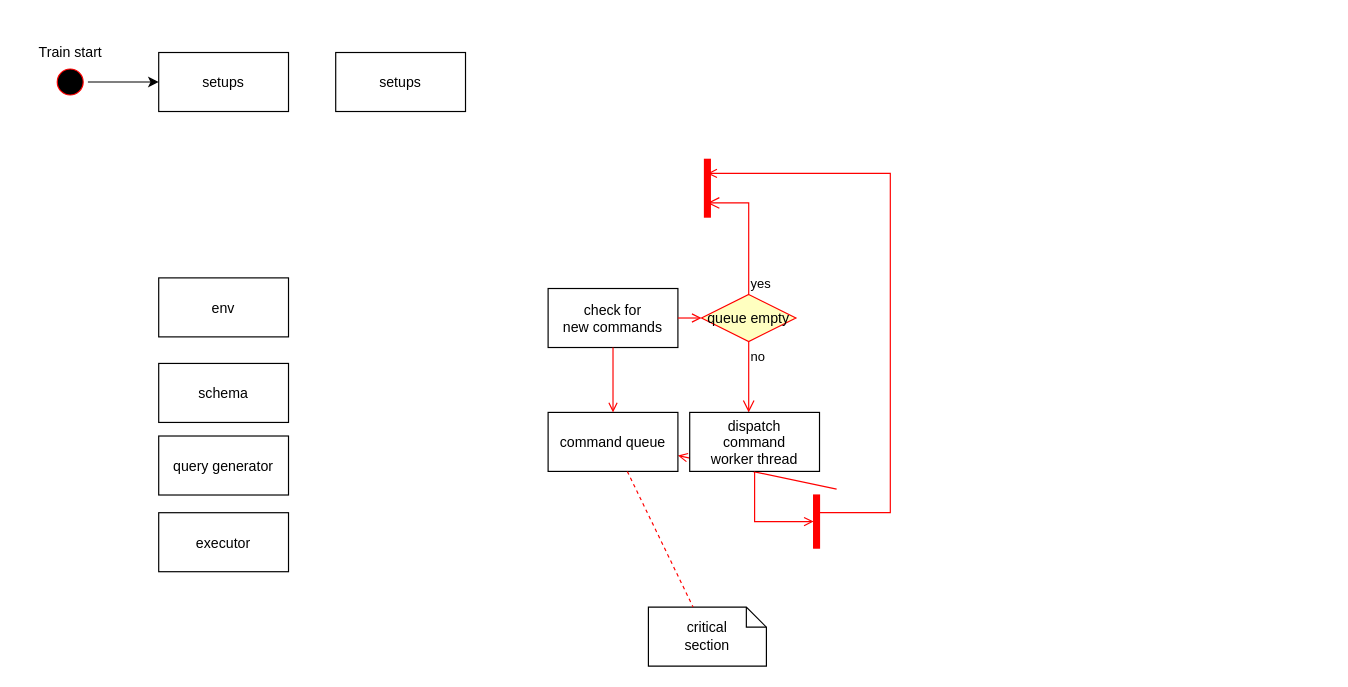
The draw.io diagram RL_Flow.drawio in dsghrg/releo, before the edit. Source tidied: cells renumbered, new cells numbered last; positions are measured from the earlier drawing's top-left corner, leaving out a move shared by most shapes. Both pictures are drawn from the tidied source at 118%, with x=0, y=0 at pixel (19, 40).
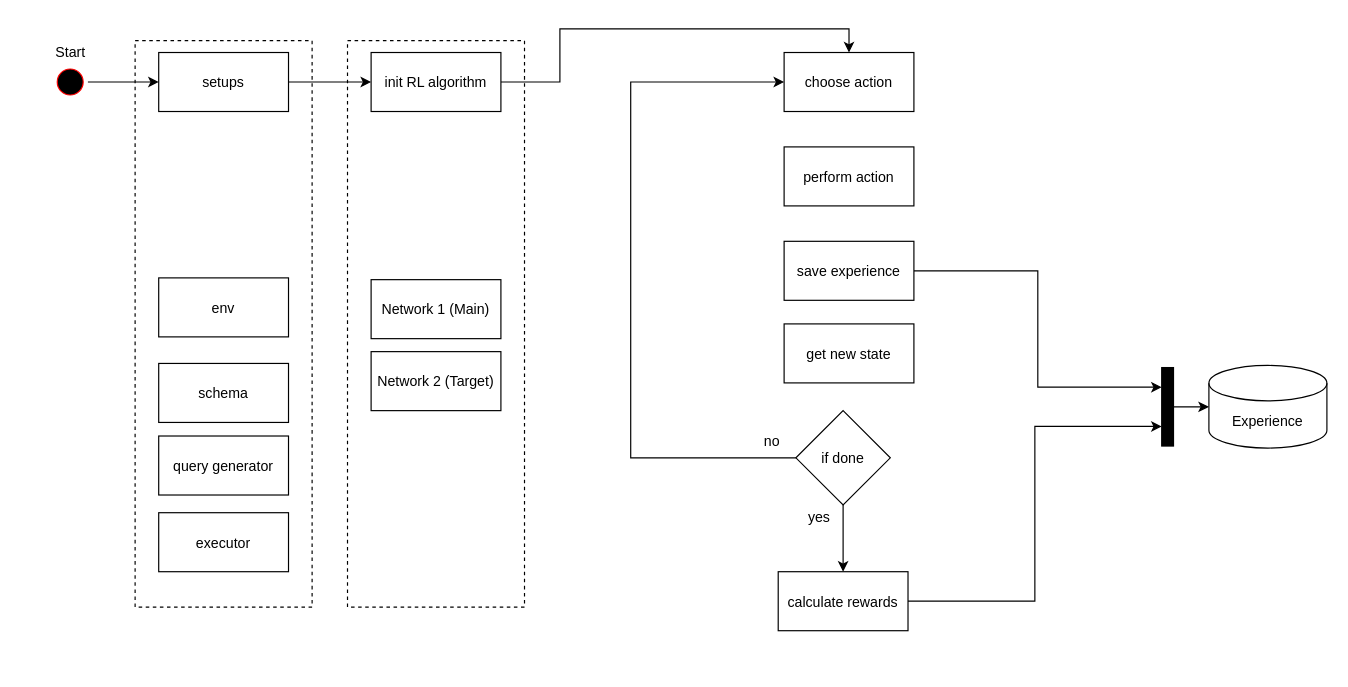
Above is the later version.

Unchanged cells that the change refers to:
```xml
<mxCell id="5" value="setups" parent="1" vertex="1">
  <mxGeometry x="118" y="10" width="110" height="50" as="geometry" />
</mxCell>
```

Change to the diagram source:
```diff
@@
-    <mxCell id="2" style="endArrow=open;strokeColor=#FF0000;endFill=1;rounded=0;" parent="1" edge="1" target="7">
-      <mxGeometry relative="1" as="geometry">
-        <mxPoint x="692.5" y="380" as="sourcePoint" />
-      </mxGeometry>
-    </mxCell>
@@
+    <mxCell id="26" style="edgeStyle=orthogonalEdgeStyle;rounded=0;jettySize=auto;html=1;exitX=1;exitY=0.5;exitDx=0;exitDy=0;entryX=0;entryY=0.5;entryDx=0;entryDy=0;" parent="1" edge="1" source="5" target="23">
+      <mxGeometry relative="1" as="geometry" />
+    </mxCell>
@@
-    <mxCell id="6" value="check for &#10;new commands" parent="1" vertex="1">
-      <mxGeometry x="448" y="210" width="110" height="50" as="geometry" />
-    </mxCell>
-    <mxCell id="7" value="command queue" parent="1" vertex="1">
-      <mxGeometry x="448" y="315" width="110" height="50" as="geometry" />
-    </mxCell>
-    <mxCell id="8" style="endArrow=open;strokeColor=#FF0000;endFill=1;rounded=0;" parent="1" edge="1" source="6" target="7">
-      <mxGeometry relative="1" as="geometry" />
-    </mxCell>
-    <mxCell id="9" value="queue empty" style="rhombus;fillColor=#ffffc0;strokeColor=#ff0000;" parent="1" vertex="1">
-      <mxGeometry x="578" y="215" width="80" height="40" as="geometry" />
-    </mxCell>
-    <mxCell id="10" value="yes" style="edgeStyle=elbowEdgeStyle;elbow=horizontal;align=left;verticalAlign=bottom;endArrow=open;endSize=8;strokeColor=#FF0000;exitX=0.5;exitY=0;endFill=1;rounded=0;entryX=0.75;entryY=0.5;entryPerimeter=0;" parent="1" edge="1" source="9" target="13">
-      <mxGeometry x="-1" relative="1" as="geometry">
-        <Array as="points">
-          <mxPoint x="618" y="170" />
-        </Array>
-      </mxGeometry>
-    </mxCell>
-    <mxCell id="11" value="no" style="edgeStyle=elbowEdgeStyle;elbow=horizontal;align=left;verticalAlign=top;endArrow=open;endSize=8;strokeColor=#FF0000;endFill=1;rounded=0;" parent="1" edge="1" source="9" target="14">
-      <mxGeometry x="-1" relative="1" as="geometry" />
-    </mxCell>
-    <mxCell id="12" style="endArrow=open;strokeColor=#FF0000;endFill=1;rounded=0;" parent="1" edge="1" source="6" target="9">
-      <mxGeometry relative="1" as="geometry" />
-    </mxCell>
-    <mxCell id="13" style="shape=line;strokeWidth=6;strokeColor=#ff0000;rotation=90;" parent="1" vertex="1">
-      <mxGeometry x="558" y="117.5" width="50" height="15" as="geometry" />
-    </mxCell>
-    <mxCell id="14" value="dispatch&#10;command&#10;worker thread" parent="1" vertex="1">
-      <mxGeometry x="568" y="315" width="110" height="50" as="geometry" />
-    </mxCell>
-    <mxCell id="15" value="critical&#10;section" style="shape=note;whiteSpace=wrap;size=17;" parent="1" vertex="1">
-      <mxGeometry x="533" y="480" width="100" height="50" as="geometry" />
-    </mxCell>
-    <mxCell id="16" style="endArrow=none;strokeColor=#FF0000;endFill=0;rounded=0;dashed=1;" parent="1" edge="1" source="7" target="15">
-      <mxGeometry relative="1" as="geometry" />
-    </mxCell>
-    <mxCell id="17" style="whiteSpace=wrap;strokeColor=#FF0000;fillColor=#FF0000;" parent="1" vertex="1">
-      <mxGeometry x="673" y="385" width="5" height="45" as="geometry" />
-    </mxCell>
-    <mxCell id="18" style="edgeStyle=elbowEdgeStyle;elbow=horizontal;entryX=0;entryY=0.5;strokeColor=#FF0000;endArrow=open;endFill=1;rounded=0;" parent="1" edge="1" source="14" target="17">
-      <mxGeometry relative="1" as="geometry">
-        <Array as="points">
-          <mxPoint x="623" y="390" />
-        </Array>
-      </mxGeometry>
-    </mxCell>
-    <mxCell id="19" style="edgeStyle=elbowEdgeStyle;elbow=horizontal;strokeColor=#FF0000;endArrow=open;endFill=1;rounded=0;entryX=0.25;entryY=0.5;entryPerimeter=0;" parent="1" edge="1" target="13">
-      <mxGeometry relative="1" as="geometry">
-        <mxPoint x="678" y="400" as="sourcePoint" />
-        <Array as="points">
-          <mxPoint x="738" y="232" />
-          <mxPoint x="698" y="125" />
-        </Array>
-      </mxGeometry>
-    </mxCell>
-    <mxCell id="20" value="Train start" style="text;html=1;strokeColor=none;fillColor=none;align=center;verticalAlign=middle;whiteSpace=wrap;rounded=0;" parent="1" vertex="1">
+    <mxCell id="20" value="Start" style="text;html=1;strokeColor=none;fillColor=none;align=center;verticalAlign=middle;whiteSpace=wrap;rounded=0;" parent="1" vertex="1">
       <mxGeometry x="0.5" width="85" height="20" as="geometry" />
     </mxCell>
@@
+    <mxCell id="27" style="edgeStyle=orthogonalEdgeStyle;rounded=0;jettySize=auto;html=1;exitX=1;exitY=0.5;exitDx=0;exitDy=0;entryX=0.5;entryY=0;entryDx=0;entryDy=0;" parent="1" edge="1" source="23" target="30">
+      <mxGeometry relative="1" as="geometry">
+        <Array as="points">
+          <mxPoint x="458" y="35" />
+          <mxPoint x="458" y="-10" />
+          <mxPoint x="703" y="-10" />
+        </Array>
+      </mxGeometry>
+    </mxCell>
-    <mxCell id="23" value="setups" parent="1" vertex="1">
-      <mxGeometry x="268" y="10" width="110" height="50" as="geometry" />
+    <mxCell id="23" value="init RL algorithm" parent="1" vertex="1">
+      <mxGeometry x="298" y="10" width="110" height="50" as="geometry" />
     </mxCell>
@@
+    <mxCell id="28" value="Network 1 (Main)" parent="1" vertex="1">
+      <mxGeometry x="298" y="202.5" width="110" height="50" as="geometry" />
+    </mxCell>
+    <mxCell id="29" value="Network 2 (Target)" parent="1" vertex="1">
+      <mxGeometry x="298" y="263.5" width="110" height="50" as="geometry" />
+    </mxCell>
+    <mxCell id="30" value="choose action" parent="1" vertex="1">
+      <mxGeometry x="648" y="10" width="110" height="50" as="geometry" />
+    </mxCell>
+    <mxCell id="31" value="perform action" parent="1" vertex="1">
+      <mxGeometry x="648" y="90" width="110" height="50" as="geometry" />
+    </mxCell>
+    <mxCell id="32" value="Experience" style="shape=cylinder3;whiteSpace=wrap;html=1;boundedLbl=1;backgroundOutline=1;size=15;" parent="1" vertex="1">
+      <mxGeometry x="1008" y="275.2" width="100" height="70" as="geometry" />
+    </mxCell>
+    <mxCell id="33" style="edgeStyle=orthogonalEdgeStyle;rounded=0;jettySize=auto;html=1;exitX=1;exitY=0.5;exitDx=0;exitDy=0;entryX=0;entryY=0.25;entryDx=0;entryDy=0;" parent="1" edge="1" source="34" target="42">
+      <mxGeometry relative="1" as="geometry" />
+    </mxCell>
+    <mxCell id="34" value="save experience" parent="1" vertex="1">
+      <mxGeometry x="648" y="170" width="110" height="50" as="geometry" />
+    </mxCell>
+    <mxCell id="35" value="get new state" parent="1" vertex="1">
+      <mxGeometry x="648" y="240" width="110" height="50" as="geometry" />
+    </mxCell>
+    <mxCell id="36" style="edgeStyle=orthogonalEdgeStyle;rounded=0;jettySize=auto;html=1;exitX=0;exitY=0.5;exitDx=0;exitDy=0;entryX=0;entryY=0.5;entryDx=0;entryDy=0;" parent="1" edge="1" source="38" target="30">
+      <mxGeometry relative="1" as="geometry">
+        <Array as="points">
+          <mxPoint x="518" y="354" />
+          <mxPoint x="518" y="35" />
+        </Array>
+      </mxGeometry>
+    </mxCell>
+    <mxCell id="37" style="edgeStyle=orthogonalEdgeStyle;rounded=0;jettySize=auto;html=1;exitX=0.5;exitY=1;exitDx=0;exitDy=0;entryX=0.5;entryY=0;entryDx=0;entryDy=0;" parent="1" edge="1" source="38" target="40">
+      <mxGeometry relative="1" as="geometry" />
+    </mxCell>
+    <mxCell id="38" value="if done" style="rhombus;whiteSpace=wrap;html=1;" parent="1" vertex="1">
+      <mxGeometry x="658" y="313.5" width="80" height="80" as="geometry" />
+    </mxCell>
+    <mxCell id="11" value="no" style="text;html=1;strokeColor=none;fillColor=none;align=center;verticalAlign=middle;whiteSpace=wrap;rounded=0;" parent="1" vertex="1">
+      <mxGeometry x="618" y="330" width="40" height="20" as="geometry" />
+    </mxCell>
+    <mxCell id="10" value="yes" style="text;html=1;strokeColor=none;fillColor=none;align=center;verticalAlign=middle;whiteSpace=wrap;rounded=0;" parent="1" vertex="1">
+      <mxGeometry x="658" y="393.5" width="40" height="20" as="geometry" />
+    </mxCell>
+    <mxCell id="39" style="edgeStyle=orthogonalEdgeStyle;rounded=0;jettySize=auto;html=1;exitX=1;exitY=0.5;exitDx=0;exitDy=0;entryX=0;entryY=0.75;entryDx=0;entryDy=0;" parent="1" edge="1" source="40" target="42">
+      <mxGeometry relative="1" as="geometry" />
+    </mxCell>
+    <mxCell id="40" value="calculate rewards" parent="1" vertex="1">
+      <mxGeometry x="643" y="450" width="110" height="50" as="geometry" />
+    </mxCell>
+    <mxCell id="41" style="edgeStyle=orthogonalEdgeStyle;rounded=0;jettySize=auto;html=1;exitX=1;exitY=0.5;exitDx=0;exitDy=0;entryX=0;entryY=0.5;entryDx=0;entryDy=0;entryPerimeter=0;" parent="1" edge="1" source="42" target="32">
+      <mxGeometry relative="1" as="geometry" />
+    </mxCell>
+    <mxCell id="42" style="rounded=0;whiteSpace=wrap;html=1;fillColor=#000000;" parent="1" vertex="1">
+      <mxGeometry x="968" y="277" width="10" height="66.5" as="geometry" />
+    </mxCell>
+    <mxCell id="43" style="rounded=0;whiteSpace=wrap;html=1;dashed=1;fillColor=none;" parent="1" vertex="1">
+      <mxGeometry x="98" width="150" height="480" as="geometry" />
+    </mxCell>
+    <mxCell id="44" style="rounded=0;whiteSpace=wrap;html=1;dashed=1;fillColor=none;" parent="1" vertex="1">
+      <mxGeometry x="278" width="150" height="480" as="geometry" />
+    </mxCell>
```
